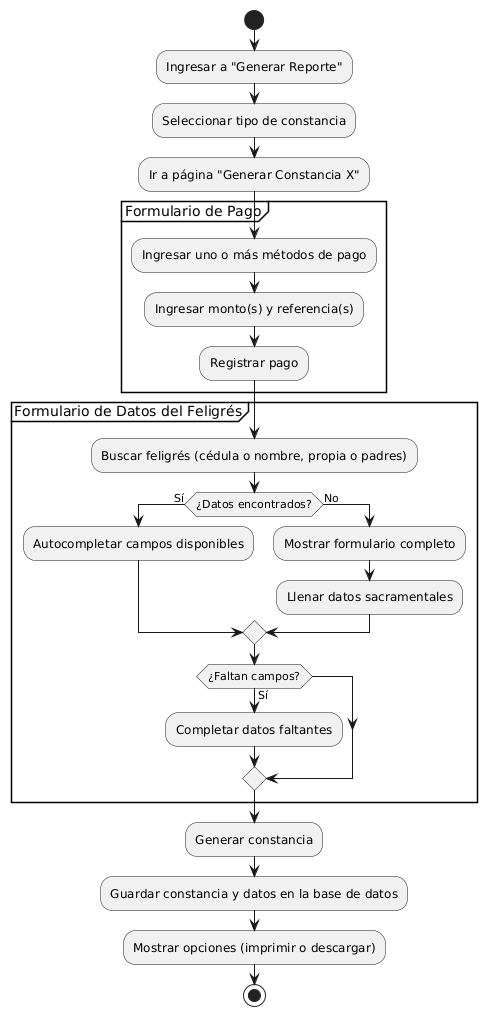
The PlantUML diagram Documentacion/proceso generar constancia.png in EGA-SUPREMO/Sistema-de-Gestion-Parroquial, before a commit.
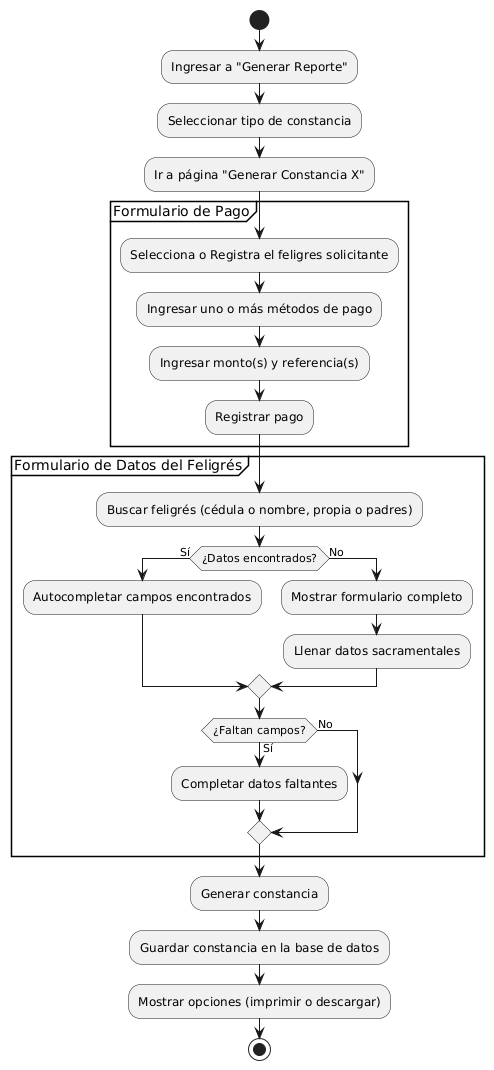
Later version of the same file.

Commit message:
actualizar documentacion crear peticion y constancia

What changed in the source:
```diff
@@ -6,6 +6,7 @@
 :Ir a página "Generar Constancia X";
 
 partition "Formulario de Pago" {
+    :Selecciona o Registra el feligres solicitante;
     :Ingresar uno o más métodos de pago;
     :Ingresar monto(s) y referencia(s);
     :Registrar pago;
@@ -14,18 +15,19 @@
 partition "Formulario de Datos del Feligrés" {
     :Buscar feligrés (cédula o nombre, propia o padres);
     if (¿Datos encontrados?) then (Sí)
-        :Autocompletar campos disponibles;
+        :Autocompletar campos encontrados;
     else (No)
         :Mostrar formulario completo;
         :Llenar datos sacramentales;
     endif
     if (¿Faltan campos?) then (Sí)
         :Completar datos faltantes;
+    else (No)
     endif
 }
 
 :Generar constancia;
-:Guardar constancia y datos en la base de datos;
+:Guardar constancia en la base de datos;
 :Mostrar opciones (imprimir o descargar);
 
 stop
```
